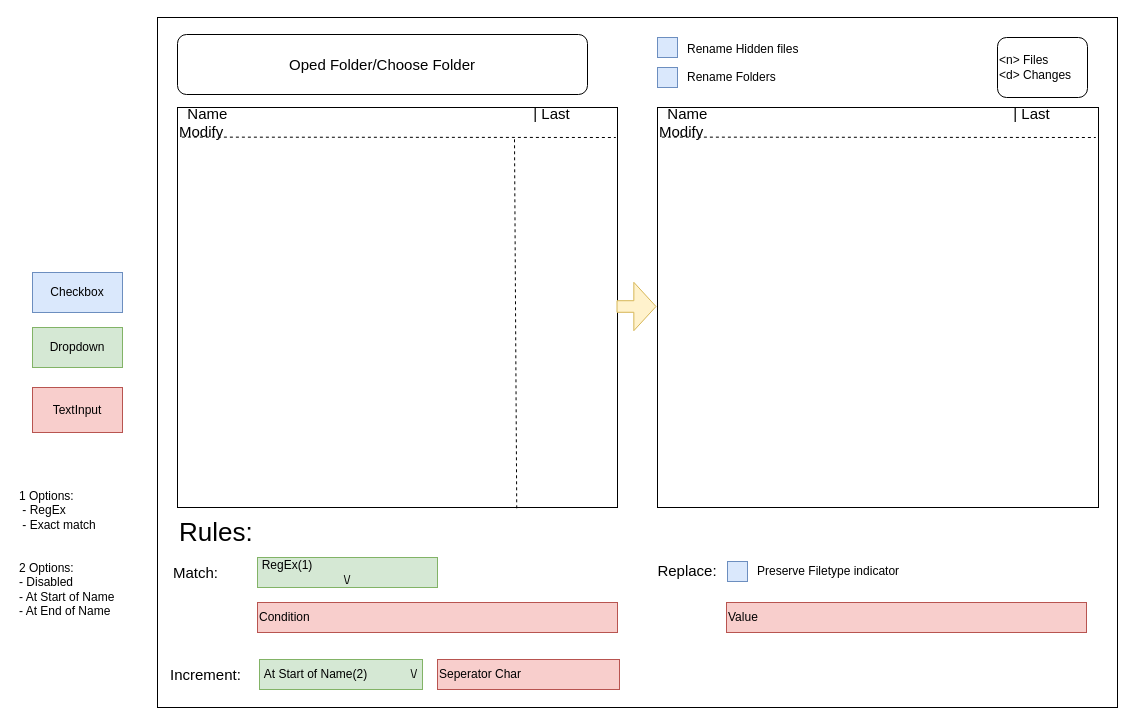
The draw.io diagram documentation/app design.drawio in DerVogel101/bulk-rename-gbrrr, before the edit. Source tidied: cells renumbered, new cells numbered last; positions are measured from the earlier drawing's top-left corner, leaving out a move shared by most shapes. Both pictures are drawn from the tidied source at 100%, with x=0, y=0 at pixel (17, 17).
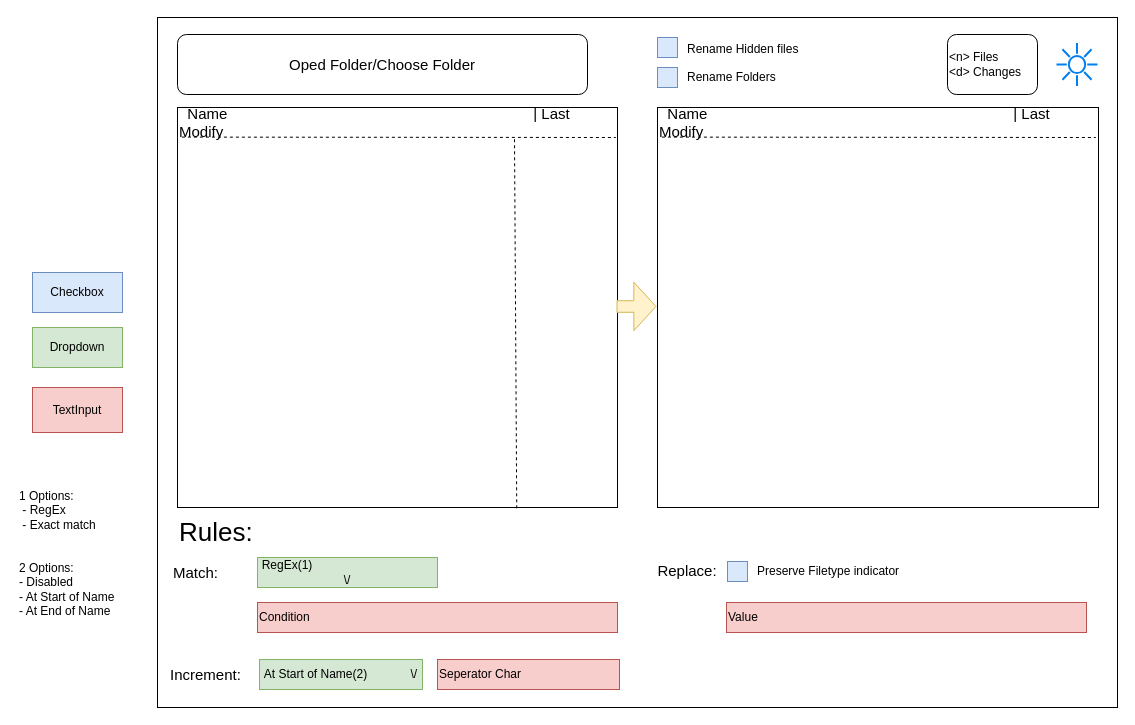
After the change.

The edit, as a diff of the source:
```diff
@@
     <mxCell id="12" value="&lt;div align=&quot;left&quot;&gt;&amp;lt;n&amp;gt; Files&lt;/div&gt;&lt;div align=&quot;left&quot;&gt;&amp;lt;d&amp;gt; Changes&lt;/div&gt;" style="rounded=1;whiteSpace=wrap;html=1;align=left;" parent="1" vertex="1">
-      <mxGeometry x="980" y="20" width="90" height="60" as="geometry" />
+      <mxGeometry x="930" y="17" width="90" height="60" as="geometry" />
     </mxCell>
@@
+    <mxCell id="32" style="html=1;verticalLabelPosition=bottom;align=center;labelBackgroundColor=#ffffff;verticalAlign=top;strokeWidth=2;strokeColor=#0080F0;shadow=0;dashed=0;shape=mxgraph.ios7.icons.sun;" parent="1" vertex="1">
+      <mxGeometry x="1039" y="25.5" width="41" height="43" as="geometry" />
+    </mxCell>
```
